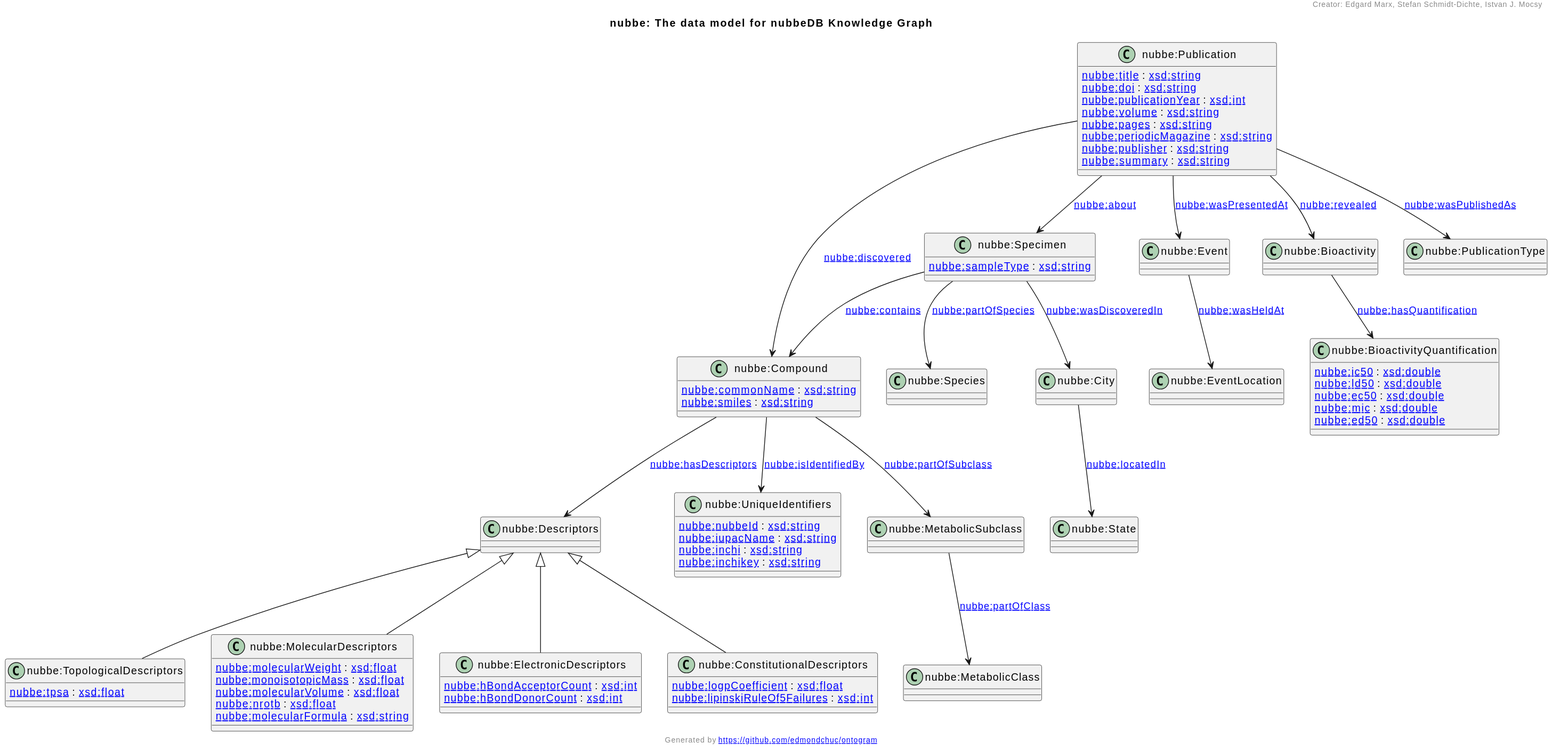
Above: nubbe_schema_1_1_1.ttl.txt.svg in chemnet-io/nubbeKG (PlantUML), before the change.
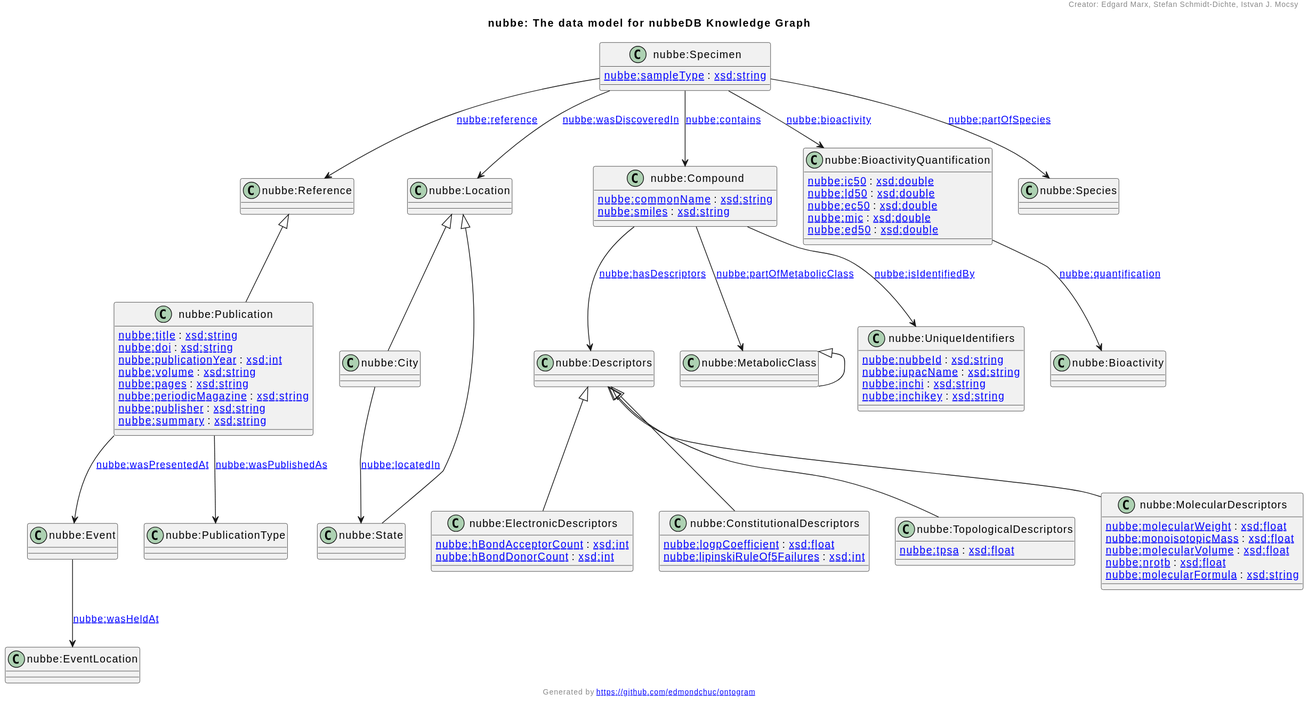
Above is the later version.

Change to the diagram source:
```diff
@@ -1,14 +1,20 @@
 @startuml
 title nubbe: The data model for nubbeDB Knowledge Graph
+"nubbe:Reference" <|-- "nubbe:Publication"
 "nubbe:Descriptors" <|-- "nubbe:ElectronicDescriptors"
 "nubbe:Descriptors" <|-- "nubbe:ConstitutionalDescriptors"
 "nubbe:Descriptors" <|-- "nubbe:TopologicalDescriptors"
 "nubbe:Descriptors" <|-- "nubbe:MolecularDescriptors"
+"nubbe:Location" <|-- "nubbe:City"
+"nubbe:Location" <|-- "nubbe:State"
+"nubbe:MetabolicClass" <|-- "nubbe:MetabolicClass"
 Class "nubbe:Compound" [[http://nubbekg.aksw.org/ontology#Compound]] {
 [[http://nubbekg.aksw.org/ontology#commonName nubbe:commonName]] : [[http://www.w3.org/2001/XMLSchema#string xsd:string]]
 [[http://nubbekg.aksw.org/ontology#smiles nubbe:smiles]] : [[http://www.w3.org/2001/XMLSchema#string xsd:string]]
 }
 Class "nubbe:EventLocation" [[http://nubbekg.aksw.org/ontology#EventLocation]] {
+}
+Class "nubbe:Location" [[http://nubbekg.aksw.org/ontology#Location]] {
 }
 Class "nubbe:Event" [[http://nubbekg.aksw.org/ontology#Event]] {
 }
@@ -23,6 +29,8 @@
 [[http://nubbekg.aksw.org/ontology#periodicMagazine nubbe:periodicMagazine]] : [[http://www.w3.org/2001/XMLSchema#string xsd:string]]
 [[http://nubbekg.aksw.org/ontology#publisher nubbe:publisher]] : [[http://www.w3.org/2001/XMLSchema#string xsd:string]]
 [[http://nubbekg.aksw.org/ontology#summary nubbe:summary]] : [[http://www.w3.org/2001/XMLSchema#string xsd:string]]
+}
+Class "nubbe:Reference" [[http://nubbekg.aksw.org/ontology#Reference]] {
 }
 Class "nubbe:BioactivityQuantification" [[http://nubbekg.aksw.org/ontology#BioactivityQuantification]] {
 [[http://nubbekg.aksw.org/ontology#ic50 nubbe:ic50]] : [[http://www.w3.org/2001/XMLSchema#double xsd:double]]
@@ -65,26 +73,22 @@
 }
 Class "nubbe:PublicationType" [[http://nubbekg.aksw.org/ontology#PublicationType]] {
 }
-Class "nubbe:MetabolicSubclass" [[http://nubbekg.aksw.org/ontology#MetabolicSubclass]] {
-}
 Class "nubbe:MetabolicClass" [[http://nubbekg.aksw.org/ontology#MetabolicClass]] {
 }
 Class "nubbe:Specimen" [[http://nubbekg.aksw.org/ontology#Specimen]] {
 [[http://nubbekg.aksw.org/ontology#sampleType nubbe:sampleType]] : [[http://www.w3.org/2001/XMLSchema#string xsd:string]]
 }
 "nubbe:Compound" --> "nubbe:Descriptors" : "[[http://nubbekg.aksw.org/ontology#hasDescriptors nubbe:hasDescriptors]]"
-"nubbe:Publication" --> "nubbe:Compound" : "[[http://nubbekg.aksw.org/ontology#discovered nubbe:discovered]]"
-"nubbe:Specimen" --> "nubbe:City" : "[[http://nubbekg.aksw.org/ontology#wasDiscoveredIn nubbe:wasDiscoveredIn]]"
+"nubbe:Specimen" --> "nubbe:Location" : "[[http://nubbekg.aksw.org/ontology#wasDiscoveredIn nubbe:wasDiscoveredIn]]"
 "nubbe:Event" --> "nubbe:EventLocation" : "[[http://nubbekg.aksw.org/ontology#wasHeldAt nubbe:wasHeldAt]]"
 "nubbe:Publication" --> "nubbe:Event" : "[[http://nubbekg.aksw.org/ontology#wasPresentedAt nubbe:wasPresentedAt]]"
-"nubbe:Bioactivity" --> "nubbe:BioactivityQuantification" : "[[http://nubbekg.aksw.org/ontology#hasQuantification nubbe:hasQuantification]]"
+"nubbe:Specimen" --> "nubbe:BioactivityQuantification" : "[[http://nubbekg.aksw.org/ontology#bioactivity nubbe:bioactivity]]"
+"nubbe:BioactivityQuantification" --> "nubbe:Bioactivity" : "[[http://nubbekg.aksw.org/ontology#quantification nubbe:quantification]]"
 "nubbe:Compound" --> "nubbe:UniqueIdentifiers" : "[[http://nubbekg.aksw.org/ontology#isIdentifiedBy nubbe:isIdentifiedBy]]"
-"nubbe:Publication" --> "nubbe:Specimen" : "[[http://nubbekg.aksw.org/ontology#about nubbe:about]]"
+"nubbe:Specimen" --> "nubbe:Reference" : "[[http://nubbekg.aksw.org/ontology#reference nubbe:reference]]"
 "nubbe:Specimen" --> "nubbe:Compound" : "[[http://nubbekg.aksw.org/ontology#contains nubbe:contains]]"
 "nubbe:Specimen" --> "nubbe:Species" : "[[http://nubbekg.aksw.org/ontology#partOfSpecies nubbe:partOfSpecies]]"
-"nubbe:Compound" --> "nubbe:MetabolicSubclass" : "[[http://nubbekg.aksw.org/ontology#partOfSubclass nubbe:partOfSubclass]]"
-"nubbe:MetabolicSubclass" --> "nubbe:MetabolicClass" : "[[http://nubbekg.aksw.org/ontology#partOfClass nubbe:partOfClass]]"
-"nubbe:Publication" --> "nubbe:Bioactivity" : "[[http://nubbekg.aksw.org/ontology#revealed nubbe:revealed]]"
+"nubbe:Compound" --> "nubbe:MetabolicClass" : "[[http://nubbekg.aksw.org/ontology#partOfMetabolicClass nubbe:partOfMetabolicClass]]"
 "nubbe:City" --> "nubbe:State" : "[[http://nubbekg.aksw.org/ontology#locatedIn nubbe:locatedIn]]"
 "nubbe:Publication" --> "nubbe:PublicationType" : "[[http://nubbekg.aksw.org/ontology#wasPublishedAs nubbe:wasPublishedAs]]"
 header
```
